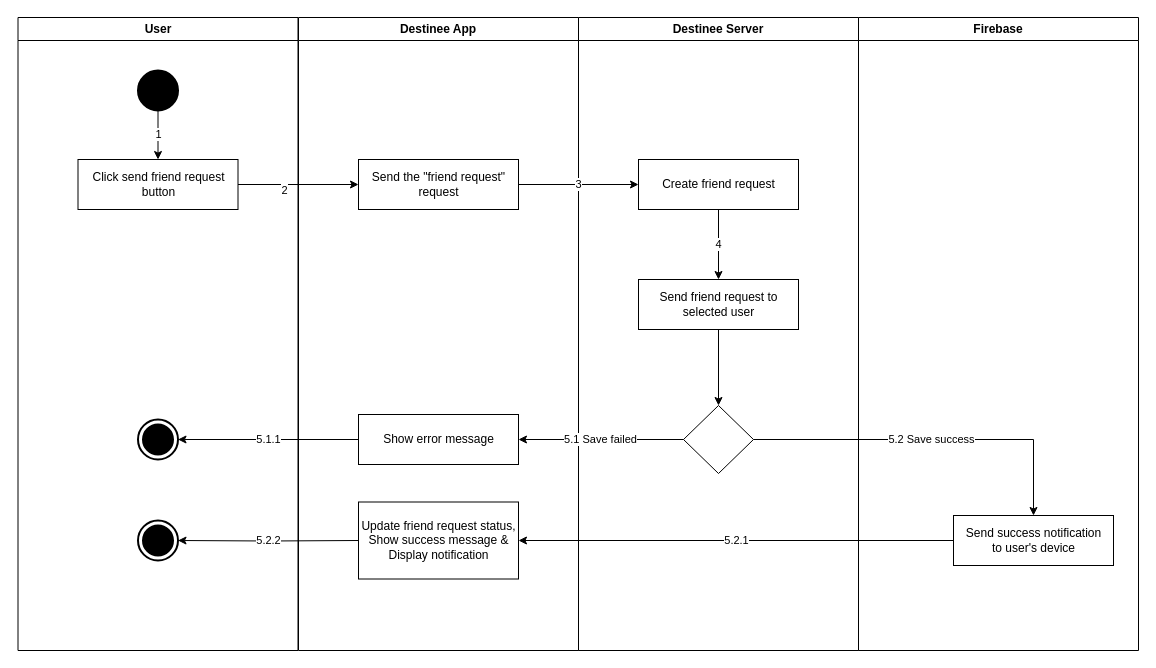
This is page "SendFriendRequest" (4 of 15) of activity-diagram.drawio from jungtin/destinee-diagrams, a draw.io file, before an edit. Source tidied: cells renumbered, new cells numbered last; positions are measured from the earlier drawing's top-left corner, leaving out a move shared by most shapes. Both pictures are drawn from the tidied source at 100%, with x=0, y=0 at pixel (17, 17).
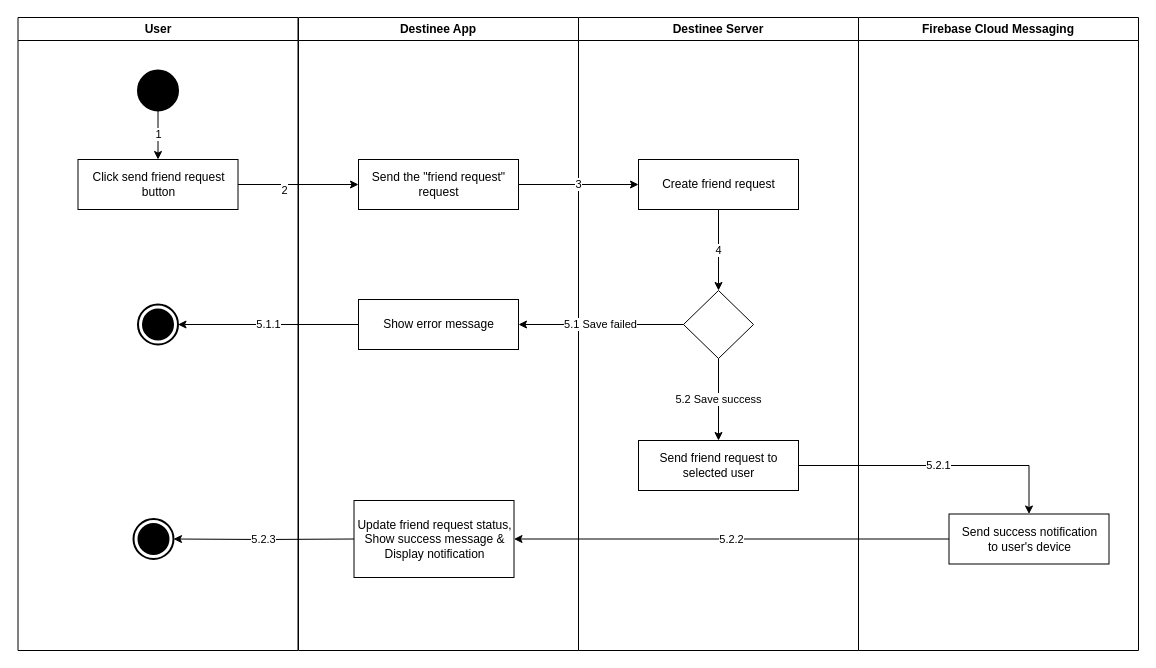
After the change.

The change refers to these unchanged cells:
```xml
<mxCell id="7" value="Destinee Server" style="swimlane;whiteSpace=wrap;" parent="1" vertex="1">
  <mxGeometry x="561" width="280" height="633" as="geometry" />
</mxCell>
<mxCell id="9" value="Create friend request" style="html=1;dashed=0;whitespace=wrap;" parent="7" vertex="1">
  <mxGeometry x="60" y="142" width="160" height="50" as="geometry" />
</mxCell>
```

What changed in the source:
```diff
@@
-    <mxCell id="8" value="4" style="edgeStyle=orthogonalEdgeStyle;rounded=0;jettySize=auto;html=1;entryX=0.5;entryY=0;entryDx=0;entryDy=0;" parent="7" edge="1" source="9" target="11">
+    <mxCell id="8" value="4" style="edgeStyle=orthogonalEdgeStyle;rounded=0;jettySize=auto;html=1;entryX=0.5;entryY=0;entryDx=0;entryDy=0;" parent="7" edge="1" source="9" target="12">
       <mxGeometry relative="1" as="geometry" />
     </mxCell>
@@
-    <mxCell id="10" style="edgeStyle=orthogonalEdgeStyle;rounded=0;jettySize=auto;html=1;exitX=0.5;exitY=1;exitDx=0;exitDy=0;entryX=0.5;entryY=0;entryDx=0;entryDy=0;" parent="7" edge="1" source="11" target="12">
-      <mxGeometry relative="1" as="geometry" />
-    </mxCell>
+    <mxCell id="22" value="5.2 Save success" style="edgeStyle=orthogonalEdgeStyle;rounded=0;jettySize=auto;html=1;entryX=0.5;entryY=0;entryDx=0;entryDy=0;" parent="7" edge="1" source="12" target="11">
+      <mxGeometry relative="1" as="geometry" />
+    </mxCell>
+    <mxCell id="12" style="rhombus;whiteSpace=wrap;html=1;" parent="7" vertex="1">
+      <mxGeometry x="105" y="273" width="70" height="68" as="geometry" />
+    </mxCell>
     <mxCell id="11" value="Send friend request to&lt;br&gt;selected user" style="html=1;dashed=0;whitespace=wrap;" parent="7" vertex="1">
-      <mxGeometry x="60" y="262" width="160" height="50" as="geometry" />
+      <mxGeometry x="60" y="423" width="160" height="50" as="geometry" />
     </mxCell>
-    <mxCell id="12" style="rhombus;whiteSpace=wrap;html=1;" parent="7" vertex="1">
-      <mxGeometry x="105" y="388" width="70" height="68" as="geometry" />
-    </mxCell>
@@
-    <mxCell id="16" value="Firebase" style="swimlane;whiteSpace=wrap;" parent="1" vertex="1">
+    <mxCell id="16" value="Firebase Cloud Messaging" style="swimlane;whiteSpace=wrap;" parent="1" vertex="1">
       <mxGeometry x="841" width="280" height="633" as="geometry" />
     </mxCell>
-    <mxCell id="17" style="html=1;shape=mxgraph.sysml.actFinal;strokeWidth=2;verticalLabelPosition=bottom;verticalAlignment=top;" parent="1" vertex="1">
-      <mxGeometry x="120.5" y="402" width="40" height="40" as="geometry" />
-    </mxCell>
-    <mxCell id="18" style="html=1;shape=mxgraph.sysml.actFinal;strokeWidth=2;verticalLabelPosition=bottom;verticalAlignment=top;" parent="1" vertex="1">
-      <mxGeometry x="120.5" y="503" width="40" height="40" as="geometry" />
+    <mxCell id="18" style="html=1;shape=mxgraph.sysml.actFinal;strokeWidth=2;verticalLabelPosition=bottom;verticalAlignment=top;" parent="16" vertex="1">
+      <mxGeometry x="-725" y="501.5" width="40" height="40" as="geometry" />
     </mxCell>
-    <mxCell id="19" value="Show error message" style="html=1;dashed=0;whitespace=wrap;" parent="1" vertex="1">
-      <mxGeometry x="341" y="397" width="160" height="50" as="geometry" />
-    </mxCell>
-    <mxCell id="20" value="Update friend request status,&lt;br&gt;Show success message &amp;amp;&lt;br&gt;Display notification" style="html=1;dashed=0;whitespace=wrap;" parent="1" vertex="1">
-      <mxGeometry x="341" y="484.5" width="160" height="77" as="geometry" />
+    <mxCell id="20" value="Update friend request status,&lt;br&gt;Show success message &amp;amp;&lt;br&gt;Display notification" style="html=1;dashed=0;whitespace=wrap;" parent="16" vertex="1">
+      <mxGeometry x="-504.5" y="483" width="160" height="77" as="geometry" />
     </mxCell>
-    <mxCell id="21" value="5.1 Save failed" style="edgeStyle=orthogonalEdgeStyle;rounded=0;jettySize=auto;html=1;" parent="1" edge="1" source="12" target="19">
-      <mxGeometry relative="1" as="geometry" />
-    </mxCell>
-    <mxCell id="22" value="5.2 Save success" style="edgeStyle=orthogonalEdgeStyle;rounded=0;jettySize=auto;html=1;exitX=1;exitY=0.5;exitDx=0;exitDy=0;entryX=0.5;entryY=0;entryDx=0;entryDy=0;" parent="1" edge="1" source="12" target="25">
-      <mxGeometry relative="1" as="geometry">
-        <Array as="points">
-          <mxPoint x="1016" y="422" />
-        </Array>
-      </mxGeometry>
-    </mxCell>
-    <mxCell id="23" value="5.1.1" style="edgeStyle=orthogonalEdgeStyle;rounded=0;jettySize=auto;html=1;exitX=0;exitY=0.5;exitDx=0;exitDy=0;" parent="1" edge="1" source="19" target="17">
-      <mxGeometry relative="1" as="geometry" />
-    </mxCell>
-    <mxCell id="24" value="5.2.2" style="edgeStyle=orthogonalEdgeStyle;rounded=0;jettySize=auto;html=1;exitX=0;exitY=0.5;exitDx=0;exitDy=0;entryX=1;entryY=0.5;entryDx=0;entryDy=0;entryPerimeter=0;" parent="1" edge="1" target="18">
+    <mxCell id="24" value="5.2.3" style="edgeStyle=orthogonalEdgeStyle;rounded=0;jettySize=auto;html=1;exitX=0;exitY=0.5;exitDx=0;exitDy=0;entryX=1;entryY=0.5;entryDx=0;entryDy=0;entryPerimeter=0;" parent="16" edge="1" target="18">
       <mxGeometry relative="1" as="geometry">
-        <mxPoint x="341" y="523" as="sourcePoint" />
+        <mxPoint x="-504.5" y="521.5" as="sourcePoint" />
       </mxGeometry>
     </mxCell>
-    <mxCell id="25" value="Send success notification&lt;br&gt;to user's device" style="html=1;dashed=0;whitespace=wrap;" parent="1" vertex="1">
-      <mxGeometry x="936" y="498" width="160" height="50" as="geometry" />
+    <mxCell id="25" value="Send success notification&lt;br&gt;to user's device" style="html=1;dashed=0;whitespace=wrap;" parent="16" vertex="1">
+      <mxGeometry x="90.5" y="496.5" width="160" height="50" as="geometry" />
     </mxCell>
-    <mxCell id="26" value="5.2.1" style="edgeStyle=orthogonalEdgeStyle;rounded=0;jettySize=auto;html=1;exitX=0;exitY=0.5;exitDx=0;exitDy=0;entryX=1;entryY=0.5;entryDx=0;entryDy=0;" parent="1" edge="1" source="25">
+    <mxCell id="26" value="5.2.2" style="edgeStyle=orthogonalEdgeStyle;rounded=0;jettySize=auto;html=1;exitX=0;exitY=0.5;exitDx=0;exitDy=0;entryX=1;entryY=0.5;entryDx=0;entryDy=0;" parent="16" edge="1" source="25">
       <mxGeometry relative="1" as="geometry">
-        <mxPoint x="501" y="523" as="targetPoint" />
+        <mxPoint x="-344.5" y="521.5" as="targetPoint" />
       </mxGeometry>
     </mxCell>
+    <mxCell id="17" style="html=1;shape=mxgraph.sysml.actFinal;strokeWidth=2;verticalLabelPosition=bottom;verticalAlignment=top;" parent="1" vertex="1">
+      <mxGeometry x="120.5" y="287" width="40" height="40" as="geometry" />
+    </mxCell>
+    <mxCell id="19" value="Show error message" style="html=1;dashed=0;whitespace=wrap;" parent="1" vertex="1">
+      <mxGeometry x="341" y="282" width="160" height="50" as="geometry" />
+    </mxCell>
+    <mxCell id="21" value="5.1 Save failed" style="edgeStyle=orthogonalEdgeStyle;rounded=0;jettySize=auto;html=1;" parent="1" edge="1" source="12" target="19">
+      <mxGeometry relative="1" as="geometry" />
+    </mxCell>
+    <mxCell id="23" value="5.1.1" style="edgeStyle=orthogonalEdgeStyle;rounded=0;jettySize=auto;html=1;exitX=0;exitY=0.5;exitDx=0;exitDy=0;" parent="1" edge="1" source="19" target="17">
+      <mxGeometry relative="1" as="geometry" />
+    </mxCell>
+    <mxCell id="27" value="5.2.1" style="edgeStyle=orthogonalEdgeStyle;rounded=0;jettySize=auto;html=1;entryX=0.5;entryY=0;entryDx=0;entryDy=0;" parent="1" edge="1" source="11" target="25">
+      <mxGeometry relative="1" as="geometry" />
+    </mxCell>
```
